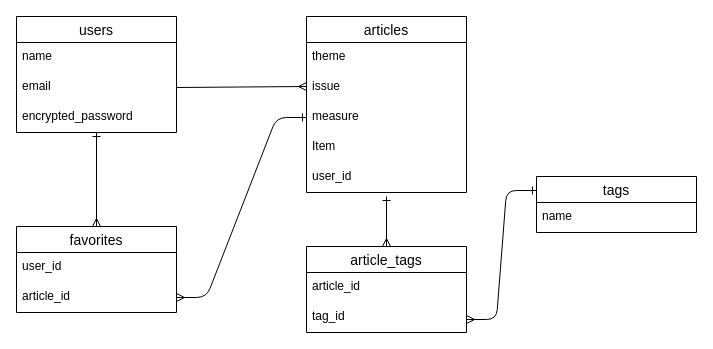
The draw.io diagram ER.dio in teshio0512/share_failure_app, before the edit. Source tidied: cells renumbered, new cells numbered last; positions are measured from the earlier drawing's top-left corner, leaving out a move shared by most shapes. Both pictures are drawn from the tidied source at 100%, with x=0, y=0 at pixel (16, 16).
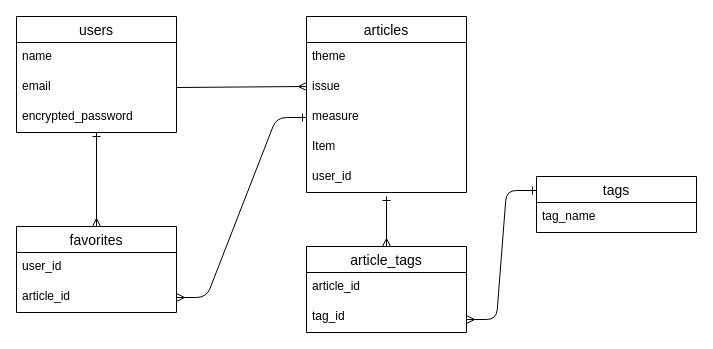
The same page after the edit.

Commit message (it also covers changes not shown here):
tagsテーブルのカラム名を修正

The change refers to these unchanged cells:
```xml
<mxCell id="13" value="tags" style="swimlane;fontStyle=0;horizontal=1;startSize=26;align=center;fontSize=14;" parent="1" vertex="1">
  <mxGeometry x="520" y="160" width="160" height="56" as="geometry" />
</mxCell>
```

What changed in the source:
```diff
@@
-    <mxCell id="14" value="name" style="text;strokeColor=none;fillColor=none;spacingLeft=4;spacingRight=4;overflow=hidden;fontSize=12;" parent="13" vertex="1">
+    <mxCell id="14" value="tag_name" style="text;strokeColor=none;fillColor=none;spacingLeft=4;spacingRight=4;overflow=hidden;fontSize=12;" parent="13" vertex="1">
       <mxGeometry y="26" width="160" height="30" as="geometry" />
     </mxCell>
```
